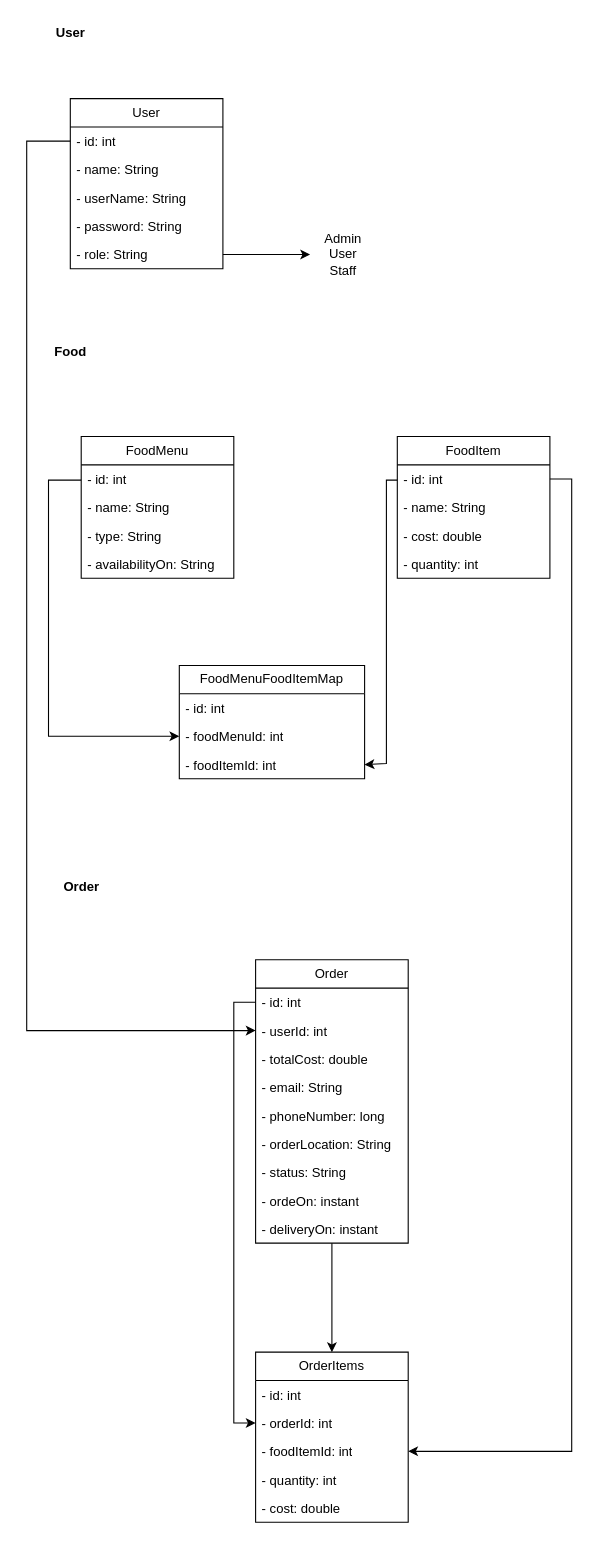
Above: page "Class_Diagram" (1 of 5) of docs/COS.drawio in Ram-SrinivasChandran/COS_Project (draw.io), before the change. Source tidied: cells renumbered, new cells numbered last; positions are measured from the earlier drawing's top-left corner, leaving out a move shared by most shapes. Both pictures are drawn from the tidied source at 109%, with x=0, y=0 at pixel (26, 19).
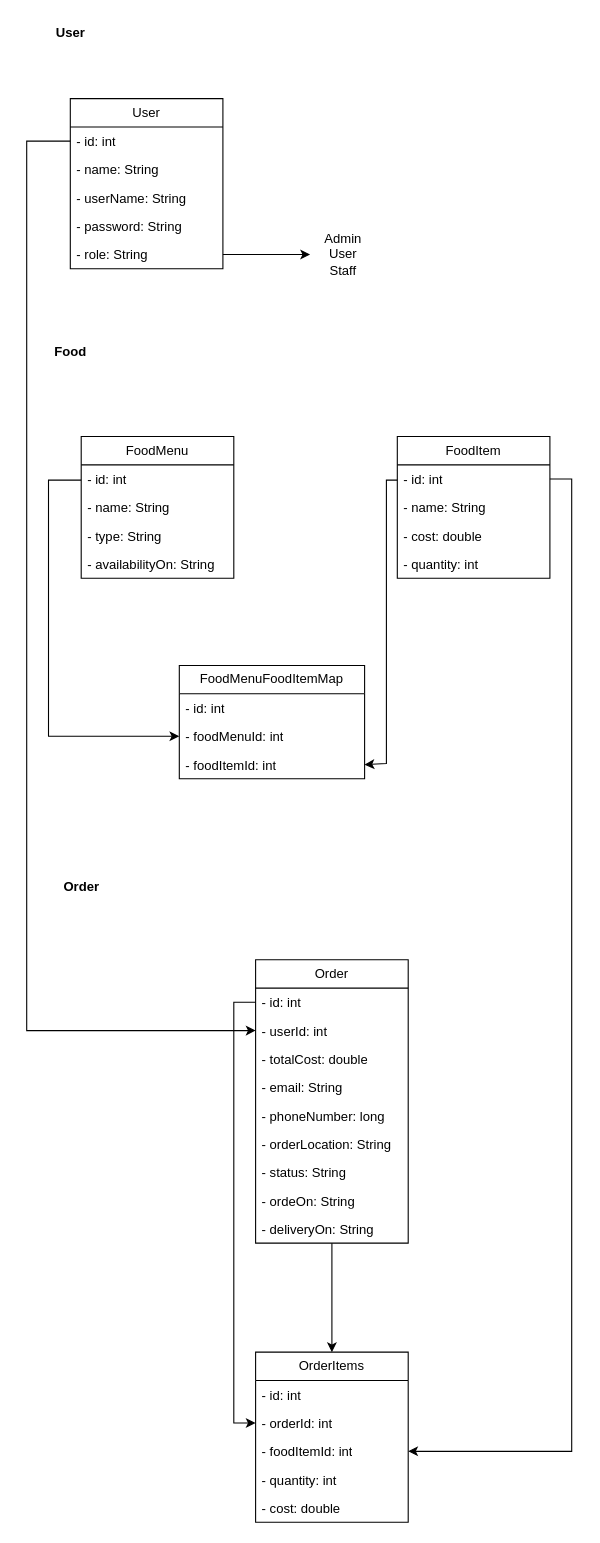
Above is the later version.

The change refers to these unchanged cells:
```xml
<mxCell id="21" value="Order" style="swimlane;fontStyle=0;horizontal=1;startSize=26;fillColor=none;whiteSpace=wrap;html=1;" parent="1" vertex="1">
  <mxGeometry x="210" y="863" width="140" height="260" as="geometry" />
</mxCell>
```

What changed in the source:
```diff
@@
-    <mxCell id="29" value="- ordeOn: instant" style="text;strokeColor=none;fillColor=none;align=left;verticalAlign=top;spacingLeft=4;spacingRight=4;overflow=hidden;whiteSpace=wrap;html=1;" parent="21" vertex="1">
+    <mxCell id="29" value="- ordeOn: String" style="text;strokeColor=none;fillColor=none;align=left;verticalAlign=top;spacingLeft=4;spacingRight=4;overflow=hidden;whiteSpace=wrap;html=1;" parent="21" vertex="1">
       <mxGeometry y="208" width="140" height="26" as="geometry" />
     </mxCell>
-    <mxCell id="30" value="- deliveryOn: instant" style="text;strokeColor=none;fillColor=none;align=left;verticalAlign=top;spacingLeft=4;spacingRight=4;overflow=hidden;whiteSpace=wrap;html=1;" parent="21" vertex="1">
+    <mxCell id="30" value="- deliveryOn: String" style="text;strokeColor=none;fillColor=none;align=left;verticalAlign=top;spacingLeft=4;spacingRight=4;overflow=hidden;whiteSpace=wrap;html=1;" parent="21" vertex="1">
       <mxGeometry y="234" width="140" height="26" as="geometry" />
     </mxCell>
```
